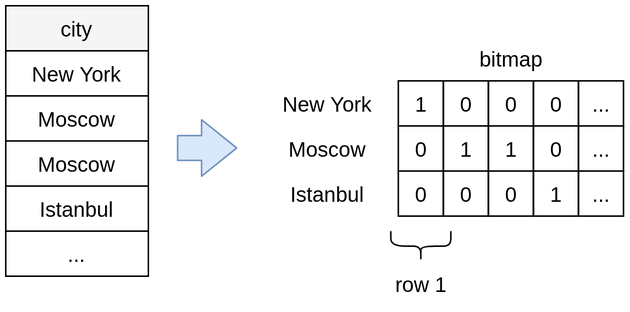
Before: 2020-en-embedded-time-series-storage/slides/images/bitmap-encoding.png, a diagram exported from draw.io (puzpuzpuz/talks). Source tidied: cells renumbered, new cells last; positions are measured from the earlier drawing's top-left corner, leaving out a move shared by most shapes. Source of this version:
```xml
<mxGraphModel>
  <root>
    <mxCell id="0" />
    <mxCell id="1" parent="0" />
    <mxCell id="2" style="shape=flexArrow;endArrow=classic;html=1;fillColor=#dae8fc;strokeColor=#6c8ebf;width=16.551724137931036;endSize=7.462068965517242;" parent="1" edge="1">
      <mxGeometry relative="1" as="geometry">
        <mxPoint x="114" y="94.7" as="sourcePoint" />
        <mxPoint x="154.3" y="94.7" as="targetPoint" />
      </mxGeometry>
    </mxCell>
    <mxCell id="3" value="city" style="rounded=0;whiteSpace=wrap;html=1;fillColor=#f5f5f5;verticalAlign=middle;strokeColor=#000000;fontColor=#000000;fontSize=14;" parent="1" vertex="1">
      <mxGeometry width="95" height="30" as="geometry" />
    </mxCell>
    <mxCell id="4" value="New York" style="rounded=0;whiteSpace=wrap;html=1;fillColor=none;verticalAlign=middle;fontSize=14;" parent="1" vertex="1">
      <mxGeometry y="30" width="95" height="30" as="geometry" />
    </mxCell>
    <mxCell id="5" value="Moscow" style="rounded=0;whiteSpace=wrap;html=1;fillColor=none;verticalAlign=middle;fontSize=14;" parent="1" vertex="1">
      <mxGeometry y="60" width="95" height="30" as="geometry" />
    </mxCell>
    <mxCell id="6" value="Moscow" style="rounded=0;whiteSpace=wrap;html=1;fillColor=none;verticalAlign=middle;fontSize=14;" parent="1" vertex="1">
      <mxGeometry y="90" width="95" height="30" as="geometry" />
    </mxCell>
    <mxCell id="7" value="Istanbul" style="rounded=0;whiteSpace=wrap;html=1;fillColor=none;verticalAlign=middle;fontSize=14;" parent="1" vertex="1">
      <mxGeometry y="120" width="95" height="30" as="geometry" />
    </mxCell>
    <mxCell id="8" value="New York" style="rounded=0;whiteSpace=wrap;html=1;fillColor=none;verticalAlign=middle;fontSize=14;strokeColor=none;" parent="1" vertex="1">
      <mxGeometry x="166.5" y="50" width="95" height="30" as="geometry" />
    </mxCell>
    <mxCell id="9" value="Moscow" style="rounded=0;whiteSpace=wrap;html=1;fillColor=none;verticalAlign=middle;fontSize=14;strokeColor=none;" parent="1" vertex="1">
      <mxGeometry x="166.5" y="80" width="95" height="30" as="geometry" />
    </mxCell>
    <mxCell id="10" value="Istanbul" style="rounded=0;whiteSpace=wrap;html=1;fillColor=none;verticalAlign=middle;fontSize=14;strokeColor=none;" parent="1" vertex="1">
      <mxGeometry x="166.5" y="110" width="95" height="30" as="geometry" />
    </mxCell>
    <mxCell id="11" value="1" style="rounded=0;whiteSpace=wrap;html=1;fillColor=none;verticalAlign=middle;fontSize=14;" parent="1" vertex="1">
      <mxGeometry x="261.5" y="50" width="30" height="30" as="geometry" />
    </mxCell>
    <mxCell id="12" value="0" style="rounded=0;whiteSpace=wrap;html=1;fillColor=none;verticalAlign=middle;fontSize=14;" parent="1" vertex="1">
      <mxGeometry x="291.5" y="50" width="30" height="30" as="geometry" />
    </mxCell>
    <mxCell id="13" value="0" style="rounded=0;whiteSpace=wrap;html=1;fillColor=none;verticalAlign=middle;fontSize=14;" parent="1" vertex="1">
      <mxGeometry x="321.5" y="50" width="30" height="30" as="geometry" />
    </mxCell>
    <mxCell id="14" value="0" style="rounded=0;whiteSpace=wrap;html=1;fillColor=none;verticalAlign=middle;fontSize=14;" parent="1" vertex="1">
      <mxGeometry x="351.5" y="50" width="30" height="30" as="geometry" />
    </mxCell>
    <mxCell id="15" value="0" style="rounded=0;whiteSpace=wrap;html=1;fillColor=none;verticalAlign=middle;fontSize=14;" parent="1" vertex="1">
      <mxGeometry x="261.5" y="80" width="30" height="30" as="geometry" />
    </mxCell>
    <mxCell id="16" value="1" style="rounded=0;whiteSpace=wrap;html=1;fillColor=none;verticalAlign=middle;fontSize=14;" parent="1" vertex="1">
      <mxGeometry x="291.5" y="80" width="30" height="30" as="geometry" />
    </mxCell>
    <mxCell id="17" value="1" style="rounded=0;whiteSpace=wrap;html=1;fillColor=none;verticalAlign=middle;fontSize=14;" parent="1" vertex="1">
      <mxGeometry x="321.5" y="80" width="30" height="30" as="geometry" />
    </mxCell>
    <mxCell id="18" value="0" style="rounded=0;whiteSpace=wrap;html=1;fillColor=none;verticalAlign=middle;fontSize=14;" parent="1" vertex="1">
      <mxGeometry x="351.5" y="80" width="30" height="30" as="geometry" />
    </mxCell>
    <mxCell id="19" value="0" style="rounded=0;whiteSpace=wrap;html=1;fillColor=none;verticalAlign=middle;fontSize=14;" parent="1" vertex="1">
      <mxGeometry x="261.5" y="110" width="30" height="30" as="geometry" />
    </mxCell>
    <mxCell id="20" value="0" style="rounded=0;whiteSpace=wrap;html=1;fillColor=none;verticalAlign=middle;fontSize=14;" parent="1" vertex="1">
      <mxGeometry x="291.5" y="110" width="30" height="30" as="geometry" />
    </mxCell>
    <mxCell id="21" value="0" style="rounded=0;whiteSpace=wrap;html=1;fillColor=none;verticalAlign=middle;fontSize=14;" parent="1" vertex="1">
      <mxGeometry x="321.5" y="110" width="30" height="30" as="geometry" />
    </mxCell>
    <mxCell id="22" value="1" style="rounded=0;whiteSpace=wrap;html=1;fillColor=none;verticalAlign=middle;fontSize=14;" parent="1" vertex="1">
      <mxGeometry x="351.5" y="110" width="30" height="30" as="geometry" />
    </mxCell>
    <mxCell id="23" value="..." style="rounded=0;whiteSpace=wrap;html=1;fillColor=none;verticalAlign=middle;fontSize=14;" parent="1" vertex="1">
      <mxGeometry y="150" width="95" height="30" as="geometry" />
    </mxCell>
    <mxCell id="24" value="..." style="rounded=0;whiteSpace=wrap;html=1;fillColor=none;verticalAlign=middle;fontSize=14;" parent="1" vertex="1">
      <mxGeometry x="381.5" y="50" width="30" height="30" as="geometry" />
    </mxCell>
    <mxCell id="25" value="..." style="rounded=0;whiteSpace=wrap;html=1;fillColor=none;verticalAlign=middle;fontSize=14;" parent="1" vertex="1">
      <mxGeometry x="381.5" y="80" width="30" height="30" as="geometry" />
    </mxCell>
    <mxCell id="26" value="..." style="rounded=0;whiteSpace=wrap;html=1;fillColor=none;verticalAlign=middle;fontSize=14;" parent="1" vertex="1">
      <mxGeometry x="381.5" y="110" width="30" height="30" as="geometry" />
    </mxCell>
    <mxCell id="27" value="bitmap" style="text;html=1;strokeColor=none;fillColor=none;align=center;verticalAlign=middle;whiteSpace=wrap;rounded=0;fontSize=14;" parent="1" vertex="1">
      <mxGeometry x="261.5" y="20" width="150" height="30" as="geometry" />
    </mxCell>
    <mxCell id="28" value="row 1" style="text;html=1;strokeColor=none;fillColor=none;align=center;verticalAlign=middle;whiteSpace=wrap;rounded=0;fontSize=14;" parent="1" vertex="1">
      <mxGeometry x="256.5" y="170" width="40" height="30" as="geometry" />
    </mxCell>
    <mxCell id="29" style="shape=curlyBracket;whiteSpace=wrap;html=1;rounded=1;fontSize=14;rotation=-90;" parent="1" vertex="1">
      <mxGeometry x="266.5" y="140" width="20" height="40" as="geometry" />
    </mxCell>
  </root>
</mxGraphModel>
```
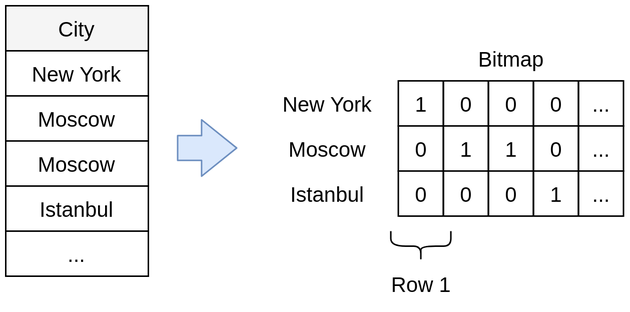
Above is the later version.

Change to the diagram source:
```diff
@@ -8,7 +8,7 @@
         <mxPoint x="154.3" y="94.7" as="targetPoint" />
       </mxGeometry>
     </mxCell>
-    <mxCell id="3" value="city" style="rounded=0;whiteSpace=wrap;html=1;fillColor=#f5f5f5;verticalAlign=middle;strokeColor=#000000;fontColor=#000000;fontSize=14;" parent="1" vertex="1">
+    <mxCell id="3" value="City" style="rounded=0;whiteSpace=wrap;html=1;fillColor=#f5f5f5;verticalAlign=middle;strokeColor=#000000;fontColor=#000000;fontSize=14;" parent="1" vertex="1">
       <mxGeometry width="95" height="30" as="geometry" />
     </mxCell>
     <mxCell id="4" value="New York" style="rounded=0;whiteSpace=wrap;html=1;fillColor=none;verticalAlign=middle;fontSize=14;" parent="1" vertex="1">
@@ -80,11 +80,11 @@
     <mxCell id="26" value="..." style="rounded=0;whiteSpace=wrap;html=1;fillColor=none;verticalAlign=middle;fontSize=14;" parent="1" vertex="1">
       <mxGeometry x="381.5" y="110" width="30" height="30" as="geometry" />
     </mxCell>
-    <mxCell id="27" value="bitmap" style="text;html=1;strokeColor=none;fillColor=none;align=center;verticalAlign=middle;whiteSpace=wrap;rounded=0;fontSize=14;" parent="1" vertex="1">
+    <mxCell id="27" value="Bitmap" style="text;html=1;strokeColor=none;fillColor=none;align=center;verticalAlign=middle;whiteSpace=wrap;rounded=0;fontSize=14;" parent="1" vertex="1">
       <mxGeometry x="261.5" y="20" width="150" height="30" as="geometry" />
     </mxCell>
-    <mxCell id="28" value="row 1" style="text;html=1;strokeColor=none;fillColor=none;align=center;verticalAlign=middle;whiteSpace=wrap;rounded=0;fontSize=14;" parent="1" vertex="1">
-      <mxGeometry x="256.5" y="170" width="40" height="30" as="geometry" />
+    <mxCell id="28" value="Row 1" style="text;html=1;strokeColor=none;fillColor=none;align=center;verticalAlign=middle;whiteSpace=wrap;rounded=0;fontSize=14;" parent="1" vertex="1">
+      <mxGeometry x="254.8" y="170" width="43.5" height="30" as="geometry" />
     </mxCell>
     <mxCell id="29" style="shape=curlyBracket;whiteSpace=wrap;html=1;rounded=1;fontSize=14;rotation=-90;" parent="1" vertex="1">
       <mxGeometry x="266.5" y="140" width="20" height="40" as="geometry" />
```
